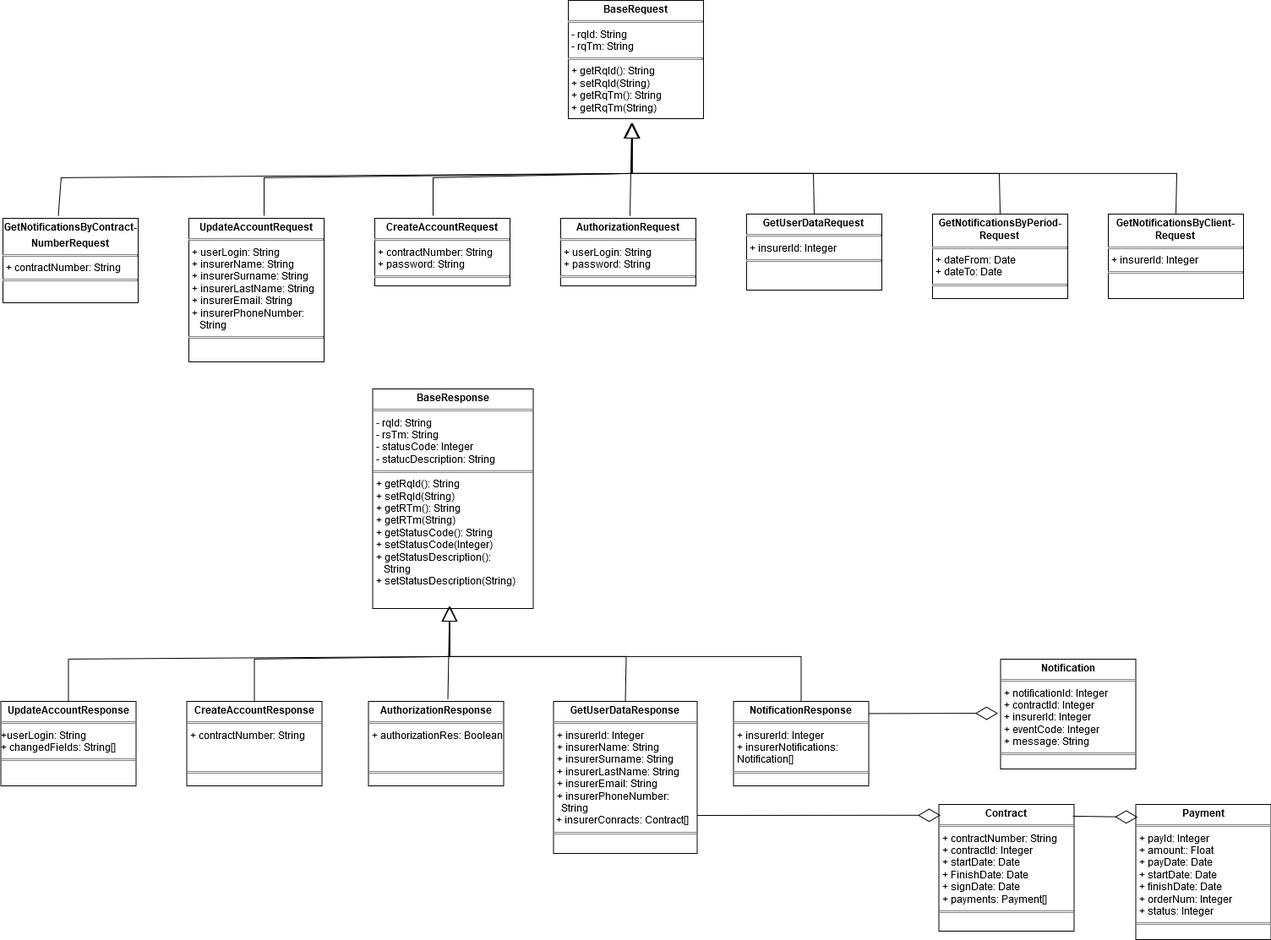
VladBaton/vlk keeps this draw.io diagram as src/main/resources/documentation/Детальная диаграмма классов пакета pojo.drawio.png. Above is the earlier version. Source tidied: cells renumbered, new cells last; positions are measured from the earlier drawing's top-left corner, leaving out a move shared by most shapes.
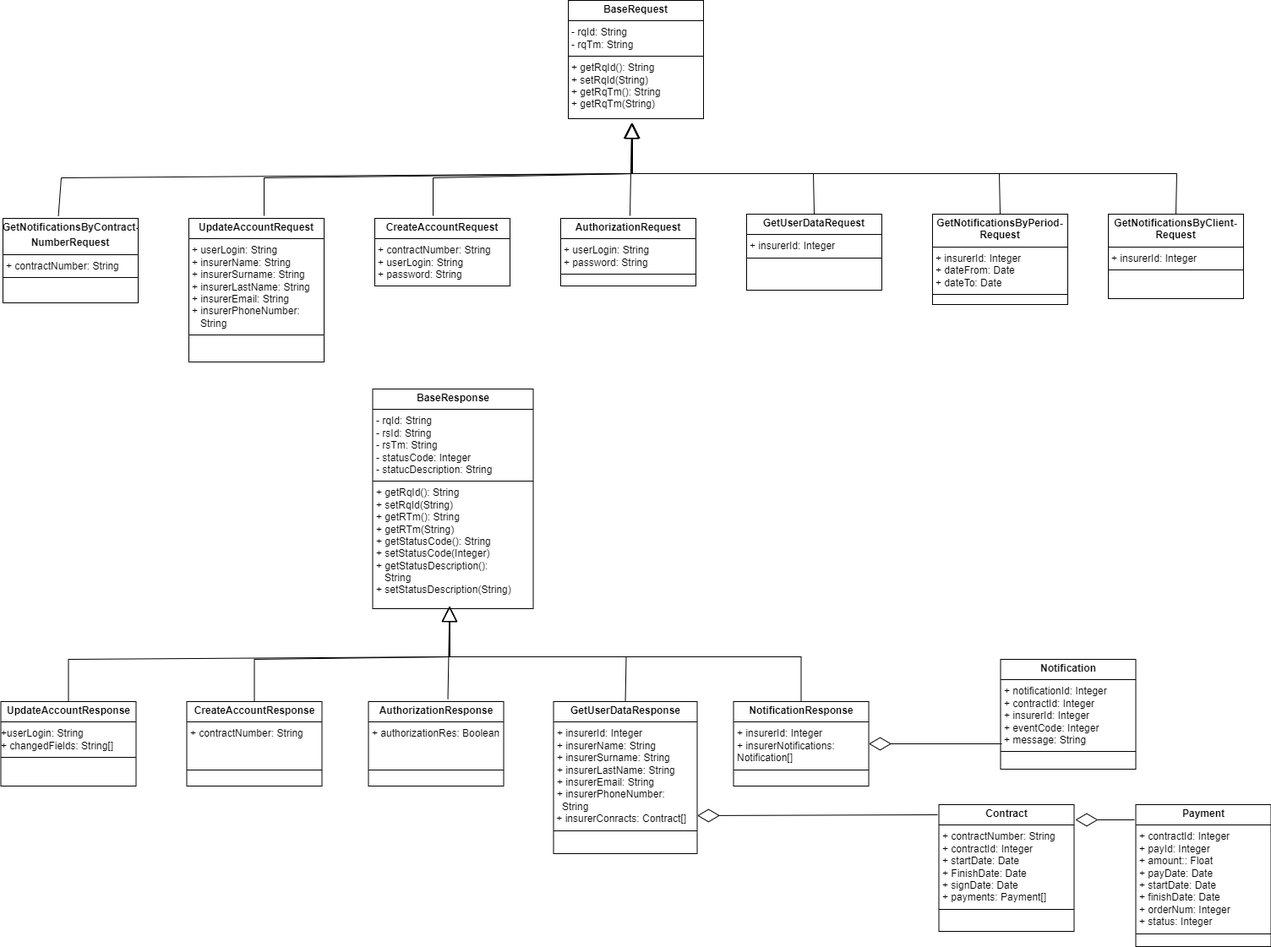
The same diagram one commit later.

The edit, as a diff of the source:
```diff
@@ -11,7 +11,7 @@
     <mxCell id="4" value="&lt;p style=&quot;margin:0px;margin-top:4px;text-align:center;&quot;&gt;&lt;b&gt;UpdateAccountRequest&lt;/b&gt;&lt;/p&gt;&lt;hr size=&quot;1&quot; style=&quot;border-style:solid;&quot;&gt;&lt;p style=&quot;margin:0px;margin-left:4px;&quot;&gt;+ userLogin: String&lt;/p&gt;&lt;p style=&quot;margin:0px;margin-left:4px;&quot;&gt;+ insurerName: String&lt;/p&gt;&lt;p style=&quot;margin:0px;margin-left:4px;&quot;&gt;+ insurerSurname: String&lt;/p&gt;&lt;p style=&quot;margin:0px;margin-left:4px;&quot;&gt;+ insurerLastName: String&lt;br&gt;&lt;/p&gt;&lt;p style=&quot;margin:0px;margin-left:4px;&quot;&gt;+ insurerEmail: String&lt;/p&gt;&lt;p style=&quot;margin:0px;margin-left:4px;&quot;&gt;+ insurerPhoneNumber:&amp;nbsp;&lt;/p&gt;&lt;p style=&quot;margin:0px;margin-left:4px;&quot;&gt;&amp;nbsp;&amp;nbsp; String&lt;br&gt;&lt;/p&gt;&lt;hr size=&quot;1&quot; style=&quot;border-style:solid;&quot;&gt;&lt;p style=&quot;margin:0px;margin-left:4px;&quot;&gt;&lt;br&gt;&lt;/p&gt;" style="verticalAlign=top;align=left;overflow=fill;html=1;whiteSpace=wrap;" parent="1" vertex="1">
       <mxGeometry x="223" y="258" width="160" height="170" as="geometry" />
     </mxCell>
-    <mxCell id="5" value="&lt;p style=&quot;margin:0px;margin-top:4px;text-align:center;&quot;&gt;&lt;b&gt;CreateAccountRequest&lt;/b&gt;&lt;/p&gt;&lt;hr size=&quot;1&quot; style=&quot;border-style:solid;&quot;&gt;&lt;p style=&quot;margin:0px;margin-left:4px;&quot;&gt;+ contractNumber: String&lt;/p&gt;&lt;p style=&quot;margin:0px;margin-left:4px;&quot;&gt;+ password: String&lt;br&gt;&lt;/p&gt;&lt;hr size=&quot;1&quot; style=&quot;border-style:solid;&quot;&gt;&lt;p style=&quot;margin:0px;margin-left:4px;&quot;&gt;&lt;br&gt;&lt;/p&gt;" style="verticalAlign=top;align=left;overflow=fill;html=1;whiteSpace=wrap;" parent="1" vertex="1">
+    <mxCell id="5" value="&lt;p style=&quot;margin:0px;margin-top:4px;text-align:center;&quot;&gt;&lt;b&gt;CreateAccountRequest&lt;/b&gt;&lt;/p&gt;&lt;hr size=&quot;1&quot; style=&quot;border-style:solid;&quot;&gt;&lt;p style=&quot;margin:0px;margin-left:4px;&quot;&gt;+ contractNumber: String&lt;/p&gt;&lt;p style=&quot;margin:0px;margin-left:4px;&quot;&gt;+ userLogin: String&lt;/p&gt;&lt;p style=&quot;margin:0px;margin-left:4px;&quot;&gt;+ password: String&lt;br&gt;&lt;/p&gt;&lt;hr size=&quot;1&quot; style=&quot;border-style:solid;&quot;&gt;&lt;p style=&quot;margin:0px;margin-left:4px;&quot;&gt;&lt;br&gt;&lt;/p&gt;" style="verticalAlign=top;align=left;overflow=fill;html=1;whiteSpace=wrap;" parent="1" vertex="1">
       <mxGeometry x="443" y="258" width="160" height="80" as="geometry" />
     </mxCell>
     <mxCell id="6" value="&lt;p style=&quot;margin:0px;margin-top:4px;text-align:center;&quot;&gt;&lt;b&gt;AuthorizationRequest&lt;/b&gt;&lt;/p&gt;&lt;hr size=&quot;1&quot; style=&quot;border-style:solid;&quot;&gt;&lt;p style=&quot;margin:0px;margin-left:4px;&quot;&gt;+ userLogin: String&lt;/p&gt;&lt;p style=&quot;margin:0px;margin-left:4px;&quot;&gt;+ password: String&lt;br&gt;&lt;/p&gt;&lt;hr size=&quot;1&quot; style=&quot;border-style:solid;&quot;&gt;&lt;p style=&quot;margin:0px;margin-left:4px;&quot;&gt;&lt;br&gt;&lt;/p&gt;" style="verticalAlign=top;align=left;overflow=fill;html=1;whiteSpace=wrap;" parent="1" vertex="1">
@@ -20,8 +20,8 @@
     <mxCell id="7" value="&lt;p style=&quot;margin:0px;margin-top:4px;text-align:center;&quot;&gt;&lt;b&gt;GetUserDataRequest&lt;br&gt;&lt;/b&gt;&lt;/p&gt;&lt;hr size=&quot;1&quot; style=&quot;border-style:solid;&quot;&gt;&lt;p style=&quot;margin:0px;margin-left:4px;&quot;&gt;+ insurerId: Integer&lt;br&gt;&lt;/p&gt;&lt;hr size=&quot;1&quot; style=&quot;border-style:solid;&quot;&gt;&lt;p style=&quot;margin:0px;margin-left:4px;&quot;&gt;&lt;br&gt;&lt;/p&gt;" style="verticalAlign=top;align=left;overflow=fill;html=1;whiteSpace=wrap;" parent="1" vertex="1">
       <mxGeometry x="883" y="253" width="160" height="90" as="geometry" />
     </mxCell>
-    <mxCell id="8" value="&lt;p style=&quot;margin:0px;margin-top:4px;text-align:center;&quot;&gt;&lt;b&gt;GetNotificationsByPeriod-Request&lt;br&gt;&lt;/b&gt;&lt;/p&gt;&lt;hr size=&quot;1&quot; style=&quot;border-style:solid;&quot;&gt;&lt;p style=&quot;margin:0px;margin-left:4px;&quot;&gt;+ dateFrom: Date&lt;/p&gt;&lt;p style=&quot;margin:0px;margin-left:4px;&quot;&gt;+ dateTo: Date&lt;br&gt;&lt;/p&gt;&lt;hr size=&quot;1&quot; style=&quot;border-style:solid;&quot;&gt;&lt;p style=&quot;margin:0px;margin-left:4px;&quot;&gt;&lt;br&gt;&lt;/p&gt;" style="verticalAlign=top;align=left;overflow=fill;html=1;whiteSpace=wrap;" parent="1" vertex="1">
-      <mxGeometry x="1103" y="253" width="160" height="100" as="geometry" />
+    <mxCell id="8" value="&lt;p style=&quot;margin:0px;margin-top:4px;text-align:center;&quot;&gt;&lt;b&gt;GetNotificationsByPeriod-Request&lt;br&gt;&lt;/b&gt;&lt;/p&gt;&lt;hr size=&quot;1&quot; style=&quot;border-style:solid;&quot;&gt;&lt;p style=&quot;margin:0px;margin-left:4px;&quot;&gt;+ insurerId: Integer&lt;/p&gt;&lt;p style=&quot;margin:0px;margin-left:4px;&quot;&gt;+ dateFrom: Date&lt;/p&gt;&lt;p style=&quot;margin:0px;margin-left:4px;&quot;&gt;+ dateTo: Date&lt;br&gt;&lt;/p&gt;&lt;hr size=&quot;1&quot; style=&quot;border-style:solid;&quot;&gt;&lt;p style=&quot;margin:0px;margin-left:4px;&quot;&gt;&lt;br&gt;&lt;/p&gt;" style="verticalAlign=top;align=left;overflow=fill;html=1;whiteSpace=wrap;" parent="1" vertex="1">
+      <mxGeometry x="1103" y="253" width="160" height="107" as="geometry" />
     </mxCell>
     <mxCell id="9" value="&lt;p style=&quot;margin:0px;margin-top:4px;text-align:center;&quot;&gt;&lt;b&gt;GetNotificationsByClient-Request&lt;br&gt;&lt;/b&gt;&lt;/p&gt;&lt;hr size=&quot;1&quot; style=&quot;border-style:solid;&quot;&gt;&lt;p style=&quot;margin:0px;margin-left:4px;&quot;&gt;+ insurerId: Integer&lt;br&gt;&lt;/p&gt;&lt;hr size=&quot;1&quot; style=&quot;border-style:solid;&quot;&gt;&lt;p style=&quot;margin:0px;margin-left:4px;&quot;&gt;&lt;br&gt;&lt;/p&gt;" style="verticalAlign=top;align=left;overflow=fill;html=1;whiteSpace=wrap;" parent="1" vertex="1">
       <mxGeometry x="1311" y="253" width="160" height="100" as="geometry" />
@@ -88,7 +88,7 @@
         </Array>
       </mxGeometry>
     </mxCell>
-    <mxCell id="17" value="&lt;p style=&quot;margin:0px;margin-top:4px;text-align:center;&quot;&gt;&lt;b&gt;BaseResponse&lt;/b&gt;&lt;br&gt;&lt;/p&gt;&lt;hr size=&quot;1&quot; style=&quot;border-style:solid;&quot;&gt;&lt;p style=&quot;margin:0px;margin-left:4px;&quot;&gt;- rqId: String&lt;/p&gt;&lt;p style=&quot;margin:0px;margin-left:4px;&quot;&gt;- rsTm: String&lt;/p&gt;&lt;p style=&quot;margin:0px;margin-left:4px;&quot;&gt;- statusCode: Integer&lt;/p&gt;&lt;p style=&quot;margin:0px;margin-left:4px;&quot;&gt;- statucDescription: String&lt;br&gt;&lt;/p&gt;&lt;hr size=&quot;1&quot; style=&quot;border-style:solid;&quot;&gt;&lt;p style=&quot;margin:0px;margin-left:4px;&quot;&gt;+ getRqId(): String&lt;/p&gt;&lt;p style=&quot;margin:0px;margin-left:4px;&quot;&gt;+ setRqId(String)&lt;/p&gt;&lt;p style=&quot;margin:0px;margin-left:4px;&quot;&gt;+ getRTm(): String&lt;/p&gt;&lt;p style=&quot;margin:0px;margin-left:4px;&quot;&gt;+ getRTm(String)&lt;/p&gt;&lt;p style=&quot;margin:0px;margin-left:4px;&quot;&gt;+ getStatusCode(): String&lt;/p&gt;&lt;p style=&quot;margin:0px;margin-left:4px;&quot;&gt;+ setStatusCode(Integer)&lt;/p&gt;&lt;p style=&quot;margin:0px;margin-left:4px;&quot;&gt;+ getStatusDescription():&amp;nbsp;&lt;/p&gt;&lt;p style=&quot;margin:0px;margin-left:4px;&quot;&gt;&amp;nbsp;&amp;nbsp; String&lt;/p&gt;&lt;p style=&quot;margin:0px;margin-left:4px;&quot;&gt;+ setStatusDescription(String)&lt;br&gt;&lt;/p&gt;" style="verticalAlign=top;align=left;overflow=fill;html=1;whiteSpace=wrap;" parent="1" vertex="1">
+    <mxCell id="17" value="&lt;p style=&quot;margin:0px;margin-top:4px;text-align:center;&quot;&gt;&lt;b&gt;BaseResponse&lt;/b&gt;&lt;br&gt;&lt;/p&gt;&lt;hr size=&quot;1&quot; style=&quot;border-style:solid;&quot;&gt;&lt;p style=&quot;margin:0px;margin-left:4px;&quot;&gt;- rqId: String&lt;/p&gt;&lt;p style=&quot;margin:0px;margin-left:4px;&quot;&gt;- rsId: String&lt;/p&gt;&lt;p style=&quot;margin:0px;margin-left:4px;&quot;&gt;- rsTm: String&lt;/p&gt;&lt;p style=&quot;margin:0px;margin-left:4px;&quot;&gt;- statusCode: Integer&lt;/p&gt;&lt;p style=&quot;margin:0px;margin-left:4px;&quot;&gt;- statucDescription: String&lt;br&gt;&lt;/p&gt;&lt;hr size=&quot;1&quot; style=&quot;border-style:solid;&quot;&gt;&lt;p style=&quot;margin:0px;margin-left:4px;&quot;&gt;+ getRqId(): String&lt;/p&gt;&lt;p style=&quot;margin:0px;margin-left:4px;&quot;&gt;+ setRqId(String)&lt;/p&gt;&lt;p style=&quot;margin:0px;margin-left:4px;&quot;&gt;+ getRTm(): String&lt;/p&gt;&lt;p style=&quot;margin:0px;margin-left:4px;&quot;&gt;+ getRTm(String)&lt;/p&gt;&lt;p style=&quot;margin:0px;margin-left:4px;&quot;&gt;+ getStatusCode(): String&lt;/p&gt;&lt;p style=&quot;margin:0px;margin-left:4px;&quot;&gt;+ setStatusCode(Integer)&lt;/p&gt;&lt;p style=&quot;margin:0px;margin-left:4px;&quot;&gt;+ getStatusDescription():&amp;nbsp;&lt;/p&gt;&lt;p style=&quot;margin:0px;margin-left:4px;&quot;&gt;&amp;nbsp;&amp;nbsp; String&lt;/p&gt;&lt;p style=&quot;margin:0px;margin-left:4px;&quot;&gt;+ setStatusDescription(String)&lt;br&gt;&lt;/p&gt;" style="verticalAlign=top;align=left;overflow=fill;html=1;whiteSpace=wrap;" parent="1" vertex="1">
       <mxGeometry x="440.5" y="460" width="190" height="260" as="geometry" />
     </mxCell>
     <mxCell id="18" value="&lt;p style=&quot;margin:0px;margin-top:4px;text-align:center;&quot;&gt;&lt;b&gt;UpdateAccountResponse&lt;/b&gt;&lt;/p&gt;&lt;hr size=&quot;1&quot; style=&quot;border-style:solid;&quot;&gt;&lt;div&gt;+userLogin: String&lt;/div&gt;&lt;div&gt;+ changedFields: String[]&lt;br&gt;&lt;/div&gt;&lt;hr size=&quot;1&quot; style=&quot;border-style:solid;&quot;&gt;&lt;p style=&quot;margin:0px;margin-left:4px;&quot;&gt;&lt;br&gt;&lt;/p&gt;" style="verticalAlign=top;align=left;overflow=fill;html=1;whiteSpace=wrap;" parent="1" vertex="1">
@@ -151,25 +151,23 @@
     <mxCell id="28" value="&lt;p style=&quot;margin:0px;margin-top:4px;text-align:center;&quot;&gt;&lt;b&gt;Contract&lt;/b&gt;&lt;br&gt;&lt;/p&gt;&lt;hr size=&quot;1&quot; style=&quot;border-style:solid;&quot;&gt;&lt;p style=&quot;margin:0px;margin-left:4px;&quot;&gt;+ contractNumber: String&lt;br&gt;+ contractId: Integer&lt;/p&gt;&lt;p style=&quot;margin:0px;margin-left:4px;&quot;&gt;+ startDate: Date&lt;/p&gt;&lt;p style=&quot;margin:0px;margin-left:4px;&quot;&gt;+ FinishDate: Date&lt;/p&gt;&lt;p style=&quot;margin:0px;margin-left:4px;&quot;&gt;+ signDate: Date&lt;br&gt;&lt;/p&gt;&lt;p style=&quot;margin:0px;margin-left:4px;&quot;&gt;+ payments: Payment[]&lt;br&gt;&lt;/p&gt;&lt;hr size=&quot;1&quot; style=&quot;border-style:solid;&quot;&gt;&lt;p style=&quot;margin:0px;margin-left:4px;&quot;&gt;&lt;br&gt;&lt;/p&gt;" style="verticalAlign=top;align=left;overflow=fill;html=1;whiteSpace=wrap;" parent="1" vertex="1">
       <mxGeometry x="1110.5" y="952" width="160" height="150" as="geometry" />
     </mxCell>
-    <mxCell id="29" value="&lt;p style=&quot;margin:0px;margin-top:4px;text-align:center;&quot;&gt;&lt;b&gt;Payment&lt;/b&gt;&lt;br&gt;&lt;/p&gt;&lt;hr size=&quot;1&quot; style=&quot;border-style:solid;&quot;&gt;&lt;p style=&quot;margin:0px;margin-left:4px;&quot;&gt;+ payId: Integer&lt;/p&gt;&lt;p style=&quot;margin:0px;margin-left:4px;&quot;&gt;+ amount:: Float&lt;/p&gt;&lt;p style=&quot;margin:0px;margin-left:4px;&quot;&gt;+ payDate: Date&lt;/p&gt;&lt;p style=&quot;margin:0px;margin-left:4px;&quot;&gt;+ startDate: Date&lt;/p&gt;&lt;p style=&quot;margin:0px;margin-left:4px;&quot;&gt;+ finishDate: Date&lt;/p&gt;&lt;p style=&quot;margin:0px;margin-left:4px;&quot;&gt;+ orderNum: Integer&lt;/p&gt;&lt;p style=&quot;margin:0px;margin-left:4px;&quot;&gt;+ status: Integer&lt;br&gt;&lt;/p&gt;&lt;hr size=&quot;1&quot; style=&quot;border-style:solid;&quot;&gt;&lt;p style=&quot;margin:0px;margin-left:4px;&quot;&gt;&lt;br&gt;&lt;/p&gt;" style="verticalAlign=top;align=left;overflow=fill;html=1;whiteSpace=wrap;" parent="1" vertex="1">
-      <mxGeometry x="1343.5" y="952" width="160" height="160" as="geometry" />
+    <mxCell id="29" value="&lt;p style=&quot;margin:0px;margin-top:4px;text-align:center;&quot;&gt;&lt;b&gt;Payment&lt;/b&gt;&lt;br&gt;&lt;/p&gt;&lt;hr size=&quot;1&quot; style=&quot;border-style:solid;&quot;&gt;&lt;p style=&quot;margin:0px;margin-left:4px;&quot;&gt;+ contractId: Integer&lt;/p&gt;&lt;p style=&quot;margin:0px;margin-left:4px;&quot;&gt;+ payId: Integer&lt;/p&gt;&lt;p style=&quot;margin:0px;margin-left:4px;&quot;&gt;+ amount:: Float&lt;/p&gt;&lt;p style=&quot;margin:0px;margin-left:4px;&quot;&gt;+ payDate: Date&lt;/p&gt;&lt;p style=&quot;margin:0px;margin-left:4px;&quot;&gt;+ startDate: Date&lt;/p&gt;&lt;p style=&quot;margin:0px;margin-left:4px;&quot;&gt;+ finishDate: Date&lt;/p&gt;&lt;p style=&quot;margin:0px;margin-left:4px;&quot;&gt;+ orderNum: Integer&lt;/p&gt;&lt;p style=&quot;margin:0px;margin-left:4px;&quot;&gt;+ status: Integer&lt;br&gt;&lt;/p&gt;&lt;hr size=&quot;1&quot; style=&quot;border-style:solid;&quot;&gt;&lt;p style=&quot;margin:0px;margin-left:4px;&quot;&gt;&lt;br&gt;&lt;/p&gt;" style="verticalAlign=top;align=left;overflow=fill;html=1;whiteSpace=wrap;" parent="1" vertex="1">
+      <mxGeometry x="1343.5" y="952" width="160" height="168" as="geometry" />
     </mxCell>
-    <mxCell id="30" style="endArrow=diamondThin;endFill=0;endSize=24;html=1;rounded=0;exitX=1;exitY=0.75;exitDx=0;exitDy=0;entryX=0.013;entryY=0.085;entryDx=0;entryDy=0;entryPerimeter=0;" parent="1" edge="1" source="21" target="28">
+    <mxCell id="30" style="endArrow=diamondThin;endFill=0;endSize=24;html=1;rounded=0;entryX=1;entryY=0.75;entryDx=0;entryDy=0;exitX=-0.009;exitY=0.08;exitDx=0;exitDy=0;exitPerimeter=0;" parent="1" edge="1" source="28" target="21">
       <mxGeometry relative="1" as="geometry" />
     </mxCell>
-    <mxCell id="31" style="endArrow=diamondThin;endFill=0;endSize=24;html=1;rounded=0;exitX=0.991;exitY=0.146;exitDx=0;exitDy=0;entryX=0.032;entryY=0.144;entryDx=0;entryDy=0;entryPerimeter=0;exitPerimeter=0;" parent="1" edge="1">
+    <mxCell id="31" style="endArrow=diamondThin;endFill=0;endSize=24;html=1;rounded=0;entryX=1.009;entryY=0.12;entryDx=0;entryDy=0;entryPerimeter=0;" parent="1" edge="1" target="28">
       <mxGeometry relative="1" as="geometry">
-        <mxPoint x="1269.1" y="965.9" as="sourcePoint" />
-        <mxPoint x="1345.6" y="967" as="targetPoint" />
+        <mxPoint x="1342" y="970" as="sourcePoint" />
       </mxGeometry>
     </mxCell>
     <mxCell id="32" value="&lt;p style=&quot;margin:0px;margin-top:4px;text-align:center;&quot;&gt;&lt;b&gt;Notification&lt;/b&gt;&lt;br&gt;&lt;/p&gt;&lt;hr size=&quot;1&quot; style=&quot;border-style:solid;&quot;&gt;&lt;p style=&quot;margin:0px;margin-left:4px;&quot;&gt;+ notificationId: Integer&lt;/p&gt;&lt;p style=&quot;margin:0px;margin-left:4px;&quot;&gt;+ contractId: Integer&lt;/p&gt;&lt;p style=&quot;margin:0px;margin-left:4px;&quot;&gt;+ insurerId: Integer&lt;/p&gt;&lt;p style=&quot;margin:0px;margin-left:4px;&quot;&gt;+ eventCode: Integer&lt;/p&gt;&lt;p style=&quot;margin:0px;margin-left:4px;&quot;&gt;+ message: String&lt;br&gt;&lt;/p&gt;&lt;hr size=&quot;1&quot; style=&quot;border-style:solid;&quot;&gt;&lt;p style=&quot;margin:0px;margin-left:4px;&quot;&gt;&lt;br&gt;&lt;/p&gt;" style="verticalAlign=top;align=left;overflow=fill;html=1;whiteSpace=wrap;" parent="1" vertex="1">
       <mxGeometry x="1183.5" y="780" width="160" height="130" as="geometry" />
     </mxCell>
-    <mxCell id="33" style="endArrow=diamondThin;endFill=0;endSize=24;html=1;rounded=0;exitX=1;exitY=0.75;exitDx=0;exitDy=0;" parent="1" edge="1">
+    <mxCell id="33" style="endArrow=diamondThin;endFill=0;endSize=24;html=1;rounded=0;entryX=1;entryY=0.5;entryDx=0;entryDy=0;" parent="1" edge="1" target="22">
       <mxGeometry relative="1" as="geometry">
-        <mxPoint x="1027.5" y="844.4" as="sourcePoint" />
-        <mxPoint x="1180.5" y="844" as="targetPoint" />
+        <mxPoint x="1185" y="880" as="sourcePoint" />
       </mxGeometry>
     </mxCell>
   </root>
```
